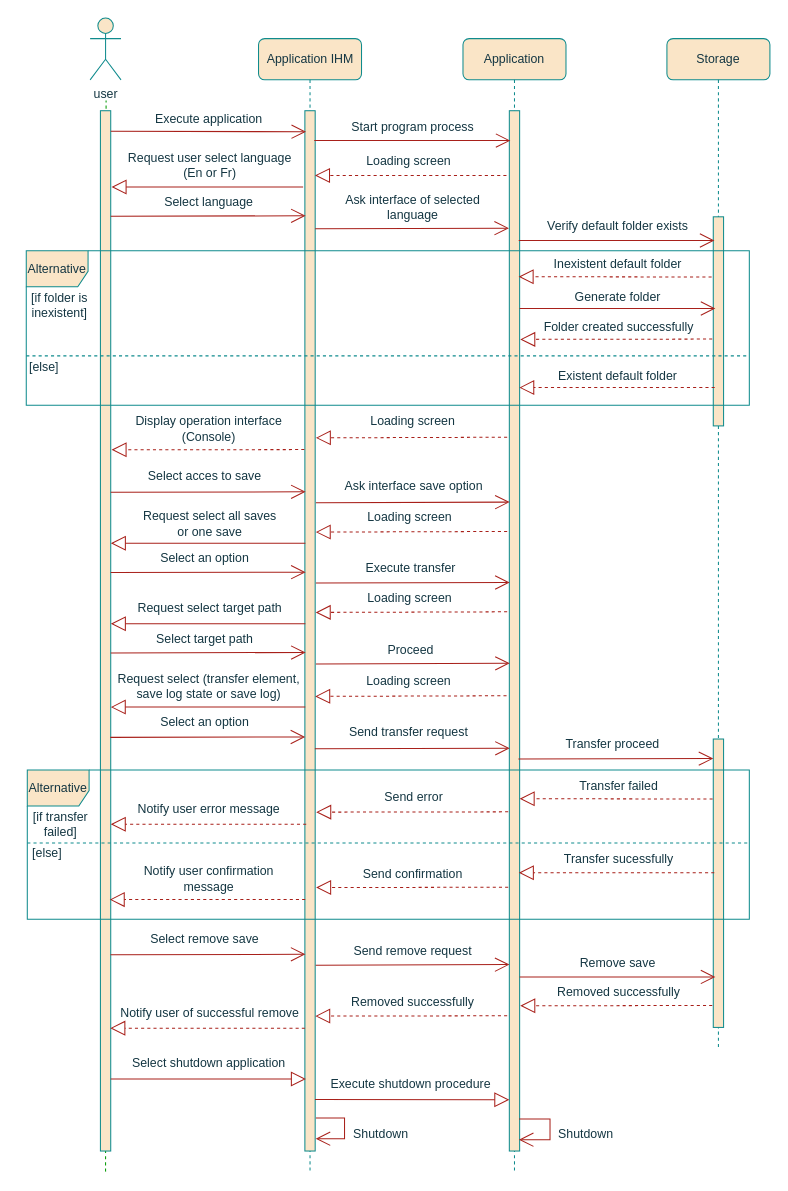
This is page "Page-1" (1 of 3) of consult diagram.drawio from Weicheng178/UML, a draw.io file, before an edit. Source tidied: cells renumbered, new cells numbered last; positions are measured from the earlier drawing's top-left corner, leaving out a move shared by most shapes. Both pictures are drawn from the tidied source at 103%, with x=0, y=0 at pixel (18, 18).
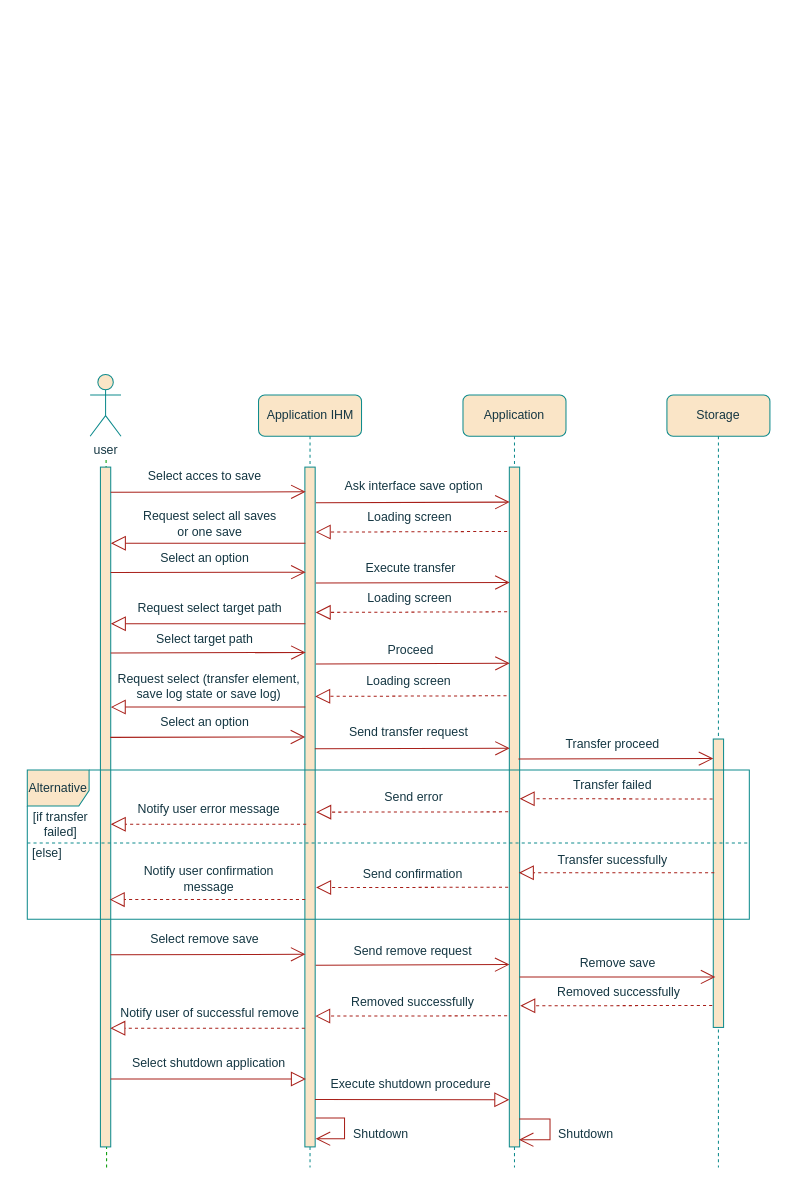
The same page after the edit.

Diff of the diagram source:
```diff
@@
     <mxCell id="2" style="endArrow=none;dashed=1;html=1;rounded=1;labelBackgroundColor=#DAD2D8;strokeColor=#009900;fontColor=#143642;" parent="1" edge="1">
       <mxGeometry relative="1" as="geometry">
-        <mxPoint x="85" y="1120" as="sourcePoint" />
-        <mxPoint x="85.5" y="80" as="targetPoint" />
+        <mxPoint x="86" y="1116" as="sourcePoint" />
+        <mxPoint x="85.5" y="426" as="targetPoint" />
       </mxGeometry>
     </mxCell>
     <mxCell id="3" value="&lt;span style=&quot;&quot;&gt;Application IHM&lt;/span&gt;" style="shape=umlLifeline;perimeter=lifelinePerimeter;whiteSpace=wrap;html=1;rounded=1;fillColor=#FAE5C7;strokeColor=#0F8B8D;fontColor=#143642;" parent="1" vertex="1">
-      <mxGeometry x="233.5" y="20" width="100" height="1100" as="geometry" />
+      <mxGeometry x="233.5" y="366" width="100" height="750" as="geometry" />
     </mxCell>
     <mxCell id="4" value="user" style="shape=umlActor;verticalLabelPosition=bottom;verticalAlign=top;html=1;rounded=1;fillColor=#FAE5C7;strokeColor=#0F8B8D;fontColor=#143642;" parent="1" vertex="1">
-      <mxGeometry x="70" width="30" height="60" as="geometry" />
+      <mxGeometry x="70" y="346" width="30" height="60" as="geometry" />
     </mxCell>
     <mxCell id="5" value="&lt;span style=&quot;&quot;&gt;Application&lt;/span&gt;" style="shape=umlLifeline;perimeter=lifelinePerimeter;whiteSpace=wrap;html=1;rounded=1;fillColor=#FAE5C7;strokeColor=#0F8B8D;fontColor=#143642;" parent="1" vertex="1">
-      <mxGeometry x="432" y="20" width="100" height="1100" as="geometry" />
+      <mxGeometry x="432" y="366" width="100" height="750" as="geometry" />
     </mxCell>
     <mxCell id="6" value="&lt;span style=&quot;&quot;&gt;Storage&lt;/span&gt;" style="shape=umlLifeline;perimeter=lifelinePerimeter;whiteSpace=wrap;html=1;rounded=1;fillColor=#FAE5C7;strokeColor=#0F8B8D;fontColor=#143642;" parent="1" vertex="1">
-      <mxGeometry x="630" y="20" width="100" height="980" as="geometry" />
+      <mxGeometry x="630" y="366" width="100" height="750" as="geometry" />
     </mxCell>
     <mxCell id="7" style="html=1;perimeter=orthogonalPerimeter;rounded=0;glass=0;labelBackgroundColor=none;fillStyle=auto;fillColor=#FAE5C7;strokeColor=#0F8B8D;fontColor=#143642;" parent="1" vertex="1">
-      <mxGeometry x="80" y="90" width="10" height="1010" as="geometry" />
+      <mxGeometry x="80" y="436" width="10" height="660" as="geometry" />
     </mxCell>
     <mxCell id="8" style="html=1;perimeter=orthogonalPerimeter;rounded=0;glass=0;labelBackgroundColor=none;fillStyle=auto;fillColor=#FAE5C7;strokeColor=#0F8B8D;fontColor=#143642;" parent="1" vertex="1">
-      <mxGeometry x="278.5" y="90" width="10" height="1010" as="geometry" />
+      <mxGeometry x="278.5" y="436" width="10" height="660" as="geometry" />
     </mxCell>
     <mxCell id="9" style="html=1;perimeter=orthogonalPerimeter;rounded=0;glass=0;labelBackgroundColor=none;fillStyle=auto;fillColor=#FAE5C7;strokeColor=#0F8B8D;fontColor=#143642;" parent="1" vertex="1">
-      <mxGeometry x="477" y="90" width="10" height="1010" as="geometry" />
+      <mxGeometry x="477" y="436" width="10" height="660" as="geometry" />
     </mxCell>
-    <mxCell id="10" style="html=1;perimeter=orthogonalPerimeter;rounded=0;glass=0;labelBackgroundColor=none;fillStyle=auto;fillColor=#FAE5C7;strokeColor=#0F8B8D;fontColor=#143642;" parent="1" vertex="1">
-      <mxGeometry x="675" y="193" width="10" height="203" as="geometry" />
-    </mxCell>
@@
-    <mxCell id="20" style="endArrow=block;dashed=1;endFill=0;endSize=12;html=1;rounded=1;exitX=-0.161;exitY=0.058;exitDx=0;exitDy=0;exitPerimeter=0;labelBackgroundColor=#DAD2D8;strokeColor=#A8201A;fontColor=#143642;" parent="1" edge="1">
-      <mxGeometry relative="1" as="geometry">
-        <mxPoint x="673.4" y="251.4" as="sourcePoint" />
-        <mxPoint x="486" y="251.2" as="targetPoint" />
-      </mxGeometry>
-    </mxCell>
-    <mxCell id="21" style="endArrow=block;dashed=1;endFill=0;endSize=12;html=1;rounded=1;labelBackgroundColor=#DAD2D8;strokeColor=#A8201A;fontColor=#143642;" parent="1" edge="1">
-      <mxGeometry relative="1" as="geometry">
-        <mxPoint x="474.2" y="152.8" as="sourcePoint" />
-        <mxPoint x="288.3" y="152.8" as="targetPoint" />
-      </mxGeometry>
-    </mxCell>
-    <mxCell id="22" style="endArrow=open;endFill=1;endSize=12;html=1;rounded=1;targetPerimeterSpacing=-4;sourcePerimeterSpacing=3;labelBackgroundColor=#DAD2D8;strokeColor=#A8201A;fontColor=#143642;" parent="1" edge="1">
-      <mxGeometry relative="1" as="geometry">
-        <mxPoint x="487" y="282" as="sourcePoint" />
-        <mxPoint x="677" y="282" as="targetPoint" />
-      </mxGeometry>
-    </mxCell>
-    <mxCell id="23" style="endArrow=block;dashed=1;endFill=0;endSize=12;html=1;rounded=1;targetPerimeterSpacing=-4;sourcePerimeterSpacing=3;labelBackgroundColor=#DAD2D8;strokeColor=#A8201A;fontColor=#143642;" parent="1" edge="1">
-      <mxGeometry relative="1" as="geometry">
-        <mxPoint x="676.4" y="358.8" as="sourcePoint" />
-        <mxPoint x="486.6" y="358.8" as="targetPoint" />
-      </mxGeometry>
-    </mxCell>
-    <mxCell id="24" value="Execute application" style="text;html=1;align=center;verticalAlign=middle;strokeColor=none;fillColor=none;rounded=1;fontColor=#143642;" parent="1" vertex="1">
-      <mxGeometry x="120" y="83" width="130" height="30" as="geometry" />
-    </mxCell>
-    <mxCell id="25" style="endArrow=open;endFill=1;endSize=12;html=1;rounded=1;entryX=0.118;entryY=0.021;entryDx=0;entryDy=0;entryPerimeter=0;labelBackgroundColor=#DAD2D8;strokeColor=#A8201A;fontColor=#143642;" parent="1" edge="1">
-      <mxGeometry relative="1" as="geometry">
-        <mxPoint x="90" y="110" as="sourcePoint" />
-        <mxPoint x="279.6" y="110.4" as="targetPoint" />
-      </mxGeometry>
-    </mxCell>
-    <mxCell id="26" value="Start program process" style="text;html=1;align=center;verticalAlign=middle;strokeColor=none;fillColor=none;rounded=1;fontColor=#143642;" parent="1" vertex="1">
-      <mxGeometry x="313" y="91" width="140" height="30" as="geometry" />
-    </mxCell>
-    <mxCell id="27" style="endArrow=open;endFill=1;endSize=12;html=1;rounded=1;exitX=0.913;exitY=0.022;exitDx=0;exitDy=0;exitPerimeter=0;labelBackgroundColor=#DAD2D8;strokeColor=#A8201A;fontColor=#143642;" parent="1" edge="1">
-      <mxGeometry relative="1" as="geometry">
-        <mxPoint x="287.6" y="119" as="sourcePoint" />
-        <mxPoint x="478" y="119" as="targetPoint" />
-      </mxGeometry>
-    </mxCell>
-    <mxCell id="28" style="endArrow=block;dashed=1;endFill=0;endSize=12;html=1;rounded=1;exitX=-0.125;exitY=0.144;exitDx=0;exitDy=0;exitPerimeter=0;labelBackgroundColor=#DAD2D8;strokeColor=#A8201A;fontColor=#143642;" parent="1" edge="1">
-      <mxGeometry relative="1" as="geometry">
-        <mxPoint x="278" y="419" as="sourcePoint" />
-        <mxPoint x="90.8" y="419.2" as="targetPoint" />
-      </mxGeometry>
-    </mxCell>
-    <mxCell id="29" value="Verify default folder exists" style="text;html=1;align=center;verticalAlign=middle;strokeColor=none;fillColor=none;rounded=1;fontColor=#143642;" parent="1" vertex="1">
-      <mxGeometry x="501.5" y="187" width="160" height="30" as="geometry" />
-    </mxCell>
-    <mxCell id="30" value="Alternative" style="shape=umlFrame;whiteSpace=wrap;html=1;width=60;height=35;fillColor=#FAE5C7;strokeColor=#0F8B8D;fontColor=#143642;" parent="1" vertex="1">
-      <mxGeometry x="8" y="226" width="702" height="150" as="geometry" />
-    </mxCell>
-    <mxCell id="31" value="Loading screen" style="text;html=1;align=center;verticalAlign=middle;strokeColor=none;fillColor=none;rounded=1;fontColor=#143642;" parent="1" vertex="1">
-      <mxGeometry x="324" y="124" width="110" height="30" as="geometry" />
-    </mxCell>
-    <mxCell id="32" value="[if folder is &lt;br&gt;inexistent]" style="text;html=1;align=center;verticalAlign=middle;strokeColor=none;fillColor=none;fontColor=#143642;" parent="1" vertex="1">
-      <mxGeometry y="259" width="80" height="40" as="geometry" />
-    </mxCell>
-    <mxCell id="33" value="[else]" style="text;html=1;align=center;verticalAlign=middle;strokeColor=none;fillColor=none;fontColor=#143642;" parent="1" vertex="1">
-      <mxGeometry y="324" width="50" height="30" as="geometry" />
-    </mxCell>
-    <mxCell id="34" value="Inexistent default folder" style="text;html=1;align=center;verticalAlign=middle;strokeColor=none;fillColor=none;rounded=1;fontColor=#143642;" parent="1" vertex="1">
-      <mxGeometry x="507" y="224.2" width="150" height="30" as="geometry" />
-    </mxCell>
-    <mxCell id="35" style="line;strokeWidth=1;fillColor=none;align=left;verticalAlign=middle;spacingTop=-1;spacingLeft=3;spacingRight=3;labelPosition=right;dashed=1;labelBackgroundColor=#DAD2D8;strokeColor=#0F8B8D;fontColor=#143642;" parent="1" vertex="1">
-      <mxGeometry x="8" y="324" width="700" height="8" as="geometry" />
-    </mxCell>
-    <mxCell id="36" value="Generate folder" style="text;html=1;align=center;verticalAlign=middle;strokeColor=none;fillColor=none;rounded=1;fontColor=#143642;" parent="1" vertex="1">
-      <mxGeometry x="527.4" y="256" width="110" height="30" as="geometry" />
-    </mxCell>
-    <mxCell id="37" value="Existent default folder" style="text;html=1;align=center;verticalAlign=middle;strokeColor=none;fillColor=none;rounded=1;fontColor=#143642;" parent="1" vertex="1">
-      <mxGeometry x="511.5" y="333" width="140" height="30" as="geometry" />
-    </mxCell>
-    <mxCell id="38" value="Display operation interface&lt;br&gt;(Console)" style="text;html=1;align=center;verticalAlign=middle;strokeColor=none;fillColor=none;rounded=1;fontColor=#143642;" parent="1" vertex="1">
-      <mxGeometry x="100" y="379" width="170" height="40" as="geometry" />
-    </mxCell>
-    <mxCell id="39" style="endArrow=open;endFill=1;endSize=12;html=1;rounded=1;targetPerimeterSpacing=-4;sourcePerimeterSpacing=3;labelBackgroundColor=#DAD2D8;strokeColor=#A8201A;fontColor=#143642;" parent="1" edge="1">
-      <mxGeometry relative="1" as="geometry">
-        <mxPoint x="486.1" y="216" as="sourcePoint" />
-        <mxPoint x="676.1" y="216" as="targetPoint" />
-      </mxGeometry>
-    </mxCell>
-    <mxCell id="40" style="endArrow=block;dashed=1;endFill=0;endSize=12;html=1;rounded=1;targetPerimeterSpacing=-4;sourcePerimeterSpacing=3;exitX=-0.099;exitY=0.603;exitDx=0;exitDy=0;exitPerimeter=0;labelBackgroundColor=#DAD2D8;strokeColor=#A8201A;fontColor=#143642;" parent="1" edge="1">
-      <mxGeometry relative="1" as="geometry">
-        <mxPoint x="674" y="311.7" as="sourcePoint" />
-        <mxPoint x="487.6" y="312" as="targetPoint" />
-      </mxGeometry>
-    </mxCell>
-    <mxCell id="41" value="Folder created successfully" style="text;html=1;align=center;verticalAlign=middle;strokeColor=none;fillColor=none;rounded=1;fontColor=#143642;" parent="1" vertex="1">
-      <mxGeometry x="497.5" y="285" width="170" height="30" as="geometry" />
-    </mxCell>
-    <mxCell id="42" value="Request user select language&lt;br&gt;(En or Fr)" style="text;html=1;align=center;verticalAlign=middle;strokeColor=none;fillColor=none;rounded=1;fontColor=#143642;" parent="1" vertex="1">
-      <mxGeometry x="95.8" y="123" width="180" height="40" as="geometry" />
-    </mxCell>
-    <mxCell id="43" style="endArrow=block;endFill=0;endSize=12;html=1;rounded=1;labelBackgroundColor=#DAD2D8;strokeColor=#A8201A;fontColor=#143642;" parent="1" edge="1">
-      <mxGeometry relative="1" as="geometry">
-        <mxPoint x="276.8" y="164" as="sourcePoint" />
-        <mxPoint x="90.8" y="164" as="targetPoint" />
-      </mxGeometry>
-    </mxCell>
-    <mxCell id="44" value="Select language" style="text;html=1;align=center;verticalAlign=middle;strokeColor=none;fillColor=none;rounded=1;fontColor=#143642;" parent="1" vertex="1">
-      <mxGeometry x="130" y="164" width="110" height="30" as="geometry" />
-    </mxCell>
-    <mxCell id="45" style="endArrow=open;endFill=1;endSize=12;html=1;rounded=1;entryX=0.071;entryY=0.165;entryDx=0;entryDy=0;entryPerimeter=0;labelBackgroundColor=#DAD2D8;strokeColor=#A8201A;fontColor=#143642;" parent="1" edge="1">
-      <mxGeometry relative="1" as="geometry">
-        <mxPoint x="90" y="192.4" as="sourcePoint" />
-        <mxPoint x="279.2" y="192" as="targetPoint" />
-      </mxGeometry>
-    </mxCell>
-    <mxCell id="46" value="Loading screen" style="text;html=1;align=center;verticalAlign=middle;strokeColor=none;fillColor=none;rounded=1;fontColor=#143642;" parent="1" vertex="1">
-      <mxGeometry x="327.8" y="377" width="110" height="30" as="geometry" />
-    </mxCell>
-    <mxCell id="47" style="endArrow=block;dashed=1;endFill=0;endSize=12;html=1;rounded=1;exitX=-0.211;exitY=0.186;exitDx=0;exitDy=0;exitPerimeter=0;labelBackgroundColor=#DAD2D8;strokeColor=#A8201A;fontColor=#143642;" parent="1" edge="1">
-      <mxGeometry relative="1" as="geometry">
-        <mxPoint x="474.9" y="407" as="sourcePoint" />
-        <mxPoint x="289.1" y="407.6" as="targetPoint" />
-      </mxGeometry>
-    </mxCell>
-    <mxCell id="48" style="endArrow=open;endFill=1;endSize=12;html=1;rounded=1;entryX=-0.083;entryY=0.173;entryDx=0;entryDy=0;entryPerimeter=0;labelBackgroundColor=#DAD2D8;strokeColor=#A8201A;fontColor=#143642;" parent="1" edge="1">
-      <mxGeometry relative="1" as="geometry">
-        <mxPoint x="288.5" y="204.6" as="sourcePoint" />
-        <mxPoint x="476.6" y="204" as="targetPoint" />
-      </mxGeometry>
-    </mxCell>
-    <mxCell id="49" value="Ask interface of selected &lt;br&gt;language" style="text;html=1;align=center;verticalAlign=middle;strokeColor=none;fillColor=none;rounded=1;fontColor=#143642;" parent="1" vertex="1">
-      <mxGeometry x="307.8" y="164" width="150" height="40" as="geometry" />
-    </mxCell>
@@
     <mxCell id="98" value="Transfer failed" style="text;html=1;align=center;verticalAlign=middle;strokeColor=none;fillColor=none;rounded=1;fontColor=#143642;" parent="1" vertex="1">
-      <mxGeometry x="533" y="731" width="100" height="30" as="geometry" />
+      <mxGeometry x="526.5" y="730" width="100" height="30" as="geometry" />
     </mxCell>
     <mxCell id="99" value="Transfer sucessfully" style="text;html=1;align=center;verticalAlign=middle;strokeColor=none;fillColor=none;rounded=1;fontColor=#143642;" parent="1" vertex="1">
-      <mxGeometry x="518.1" y="802" width="130" height="30" as="geometry" />
+      <mxGeometry x="511.5" y="803" width="130" height="30" as="geometry" />
     </mxCell>
```
